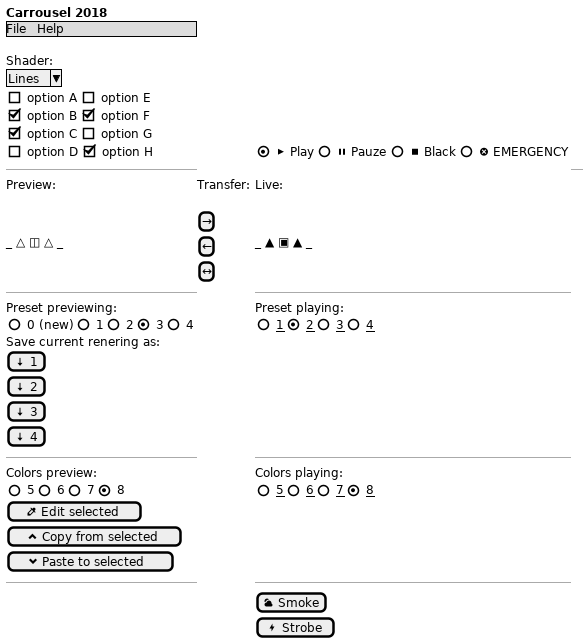
ikbenmacje/carrousel-2018 keeps this PlantUML diagram as uml/gui.png. Above is the earlier version. Its source is kept beside it as uml/gui.pu.
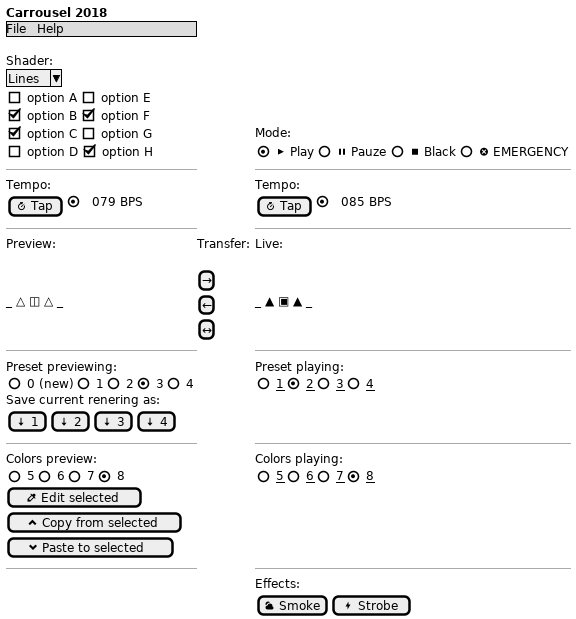
The same file after the commit.

The edit, as a diff of the source:
```diff
@@ -14,20 +14,20 @@
 { [X] option B | [X] option F } | . | .
 { [X] option C | [ ] option G } | . | Mode:
 { [ ] option D | [X] option H } | . | { (X) <&media-play> Play | () <&media-pause> Pauze | () <&media-stop> Black | () <&circle-x> EMERGENCY }
---        | .         | . | --
+--        | .         | --
+Tempo:    | .         | Tempo:
+{ [<&timer> Tap] | (X) | 079 BPS } | .    | { [<&timer> Tap] | (X) | 085 BPS }
+--        | .         | --
 Preview:  | Transfer: | Live:
 .         | .         | .
 .         | [→]       | .
 _ △ ◫ △ _ | [←]       | _ ▲ ▣ ▲ _
 .         | [↔]       | .
 --        | .         | --
-Preset previewing: || . | Preset playing:
+Preset previewing: | . | Preset playing:
 { () 0 (new) | () 1 | () 2 | (X) 3 | () 4 } | . | { () <u>1 | (X) <u>2 | () <u>3 | () <u>4 }
 Save current renering as: | . | .
-[<&arrow-bottom> 1] | . | .
-[<&arrow-bottom> 2] | . | .
-[<&arrow-bottom> 3] | . | .
-[<&arrow-bottom> 4] | . | .
+{ [<&arrow-bottom> 1] | [<&arrow-bottom> 2] | [<&arrow-bottom> 3] | [<&arrow-bottom> 4] } | . | .
 --  | . | --
 Colors preview: | . | Colors playing:
 { () 5 | () 6 | () 7 | (X) 8 } | . | { () <u>5 | () <u>6 | () <u>7 | (X) <u>8 }
@@ -35,8 +35,8 @@
 [<&chevron-top> Copy from selected]     | . | .
 [<&chevron-bottom> Paste to selected] | . | .
 -- | . | --
-.  | . | [<&cloudy> Smoke]
-.  | . | [<&bolt> Strobe]
+.  | . | Effects:
+.  | . | { [<&cloudy> Smoke] | [<&bolt> Strobe] }
 
 }
 
```
